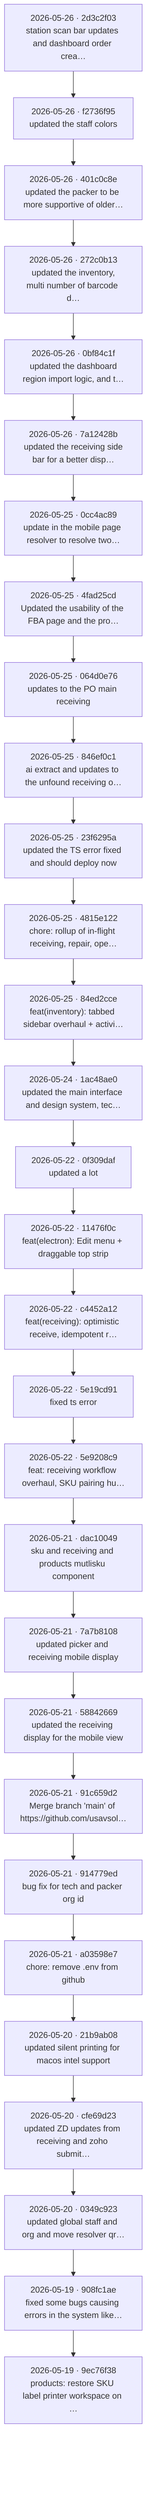
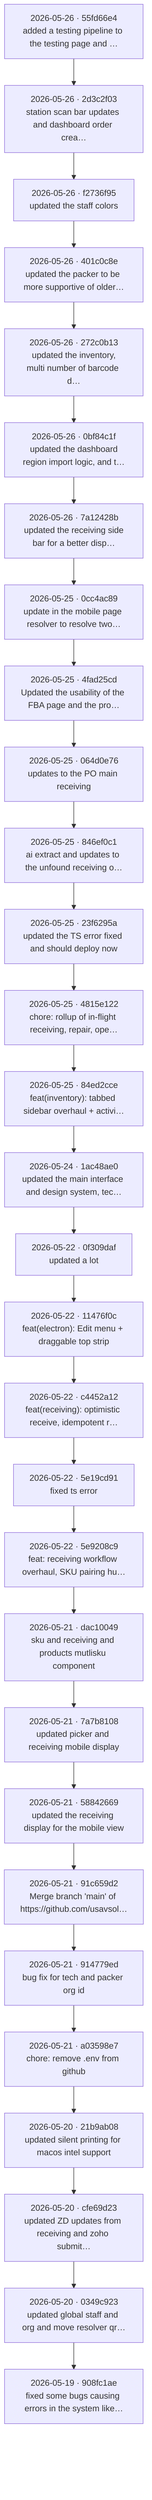
flowchart TB
-   c0["2026-05-26 · 2d3c2f03<br/>station scan bar updates and dashboard order crea…"]
-   c1["2026-05-26 · f2736f95<br/>updated the staff colors"]
+   c0["2026-05-26 · 55fd66e4<br/>added a testing pipeline to the testing page and …"]
+   c1["2026-05-26 · 2d3c2f03<br/>station scan bar updates and dashboard order crea…"]
  c0 --> c1
-   c2["2026-05-26 · 401c0c8e<br/>updated the packer to be more supportive of older…"]
+   c2["2026-05-26 · f2736f95<br/>updated the staff colors"]
  c1 --> c2
-   c3["2026-05-26 · 272c0b13<br/> updated the inventory, multi number of barcode d…"]
+   c3["2026-05-26 · 401c0c8e<br/>updated the packer to be more supportive of older…"]
  c2 --> c3
-   c4["2026-05-26 · 0bf84c1f<br/> updated the dashboard region import logic, and t…"]
+   c4["2026-05-26 · 272c0b13<br/> updated the inventory, multi number of barcode d…"]
  c3 --> c4
-   c5["2026-05-26 · 7a12428b<br/> updated the receiving side bar for a better disp…"]
+   c5["2026-05-26 · 0bf84c1f<br/> updated the dashboard region import logic, and t…"]
  c4 --> c5
-   c6["2026-05-25 · 0cc4ac89<br/>update in the mobile page resolver to resolve two…"]
+   c6["2026-05-26 · 7a12428b<br/> updated the receiving side bar for a better disp…"]
  c5 --> c6
-   c7["2026-05-25 · 4fad25cd<br/>Updated the usability of the FBA page and the pro…"]
+   c7["2026-05-25 · 0cc4ac89<br/>update in the mobile page resolver to resolve two…"]
  c6 --> c7
-   c8["2026-05-25 · 064d0e76<br/>updates to the PO main receiving"]
+   c8["2026-05-25 · 4fad25cd<br/>Updated the usability of the FBA page and the pro…"]
  c7 --> c8
-   c9["2026-05-25 · 846ef0c1<br/>ai extract and updates to the unfound receiving o…"]
+   c9["2026-05-25 · 064d0e76<br/>updates to the PO main receiving"]
  c8 --> c9
-   c10["2026-05-25 · 23f6295a<br/>updated the TS error fixed and should deploy now"]
+   c10["2026-05-25 · 846ef0c1<br/>ai extract and updates to the unfound receiving o…"]
  c9 --> c10
-   c11["2026-05-25 · 4815e122<br/>chore: rollup of in-flight receiving, repair, ope…"]
+   c11["2026-05-25 · 23f6295a<br/>updated the TS error fixed and should deploy now"]
  c10 --> c11
-   c12["2026-05-25 · 84ed2cce<br/>feat(inventory): tabbed sidebar overhaul + activi…"]
+   c12["2026-05-25 · 4815e122<br/>chore: rollup of in-flight receiving, repair, ope…"]
  c11 --> c12
-   c13["2026-05-24 · 1ac48ae0<br/>updated the main interface and design system, tec…"]
+   c13["2026-05-25 · 84ed2cce<br/>feat(inventory): tabbed sidebar overhaul + activi…"]
  c12 --> c13
-   c14["2026-05-22 · 0f309daf<br/>updated a lot"]
+   c14["2026-05-24 · 1ac48ae0<br/>updated the main interface and design system, tec…"]
  c13 --> c14
-   c15["2026-05-22 · 11476f0c<br/>feat(electron): Edit menu + draggable top strip"]
+   c15["2026-05-22 · 0f309daf<br/>updated a lot"]
  c14 --> c15
-   c16["2026-05-22 · c4452a12<br/>feat(receiving): optimistic receive, idempotent r…"]
+   c16["2026-05-22 · 11476f0c<br/>feat(electron): Edit menu + draggable top strip"]
  c15 --> c16
-   c17["2026-05-22 · 5e19cd91<br/>fixed ts error"]
+   c17["2026-05-22 · c4452a12<br/>feat(receiving): optimistic receive, idempotent r…"]
  c16 --> c17
-   c18["2026-05-22 · 5e9208c9<br/>feat: receiving workflow overhaul, SKU pairing hu…"]
+   c18["2026-05-22 · 5e19cd91<br/>fixed ts error"]
  c17 --> c18
-   c19["2026-05-21 · dac10049<br/>sku and receiving and products mutlisku component"]
+   c19["2026-05-22 · 5e9208c9<br/>feat: receiving workflow overhaul, SKU pairing hu…"]
  c18 --> c19
-   c20["2026-05-21 · 7a7b8108<br/>updated picker and receiving mobile display"]
+   c20["2026-05-21 · dac10049<br/>sku and receiving and products mutlisku component"]
  c19 --> c20
-   c21["2026-05-21 · 58842669<br/>updated the receiving display for the mobile view"]
+   c21["2026-05-21 · 7a7b8108<br/>updated picker and receiving mobile display"]
  c20 --> c21
-   c22["2026-05-21 · 91c659d2<br/>Merge branch 'main' of https://github.com/usavsol…"]
+   c22["2026-05-21 · 58842669<br/>updated the receiving display for the mobile view"]
  c21 --> c22
-   c23["2026-05-21 · 914779ed<br/>bug fix for tech and packer org id"]
+   c23["2026-05-21 · 91c659d2<br/>Merge branch 'main' of https://github.com/usavsol…"]
  c22 --> c23
-   c24["2026-05-21 · a03598e7<br/>chore: remove .env from github"]
+   c24["2026-05-21 · 914779ed<br/>bug fix for tech and packer org id"]
  c23 --> c24
-   c25["2026-05-20 · 21b9ab08<br/>updated silent printing for macos intel support"]
+   c25["2026-05-21 · a03598e7<br/>chore: remove .env from github"]
  c24 --> c25
-   c26["2026-05-20 · cfe69d23<br/>updated ZD updates from receiving and zoho submit…"]
+   c26["2026-05-20 · 21b9ab08<br/>updated silent printing for macos intel support"]
  c25 --> c26
-   c27["2026-05-20 · 0349c923<br/>updated global staff and org and move resolver qr…"]
+   c27["2026-05-20 · cfe69d23<br/>updated ZD updates from receiving and zoho submit…"]
  c26 --> c27
-   c28["2026-05-19 · 908fc1ae<br/>fixed some bugs causing errors in the system like…"]
+   c28["2026-05-20 · 0349c923<br/>updated global staff and org and move resolver qr…"]
  c27 --> c28
-   c29["2026-05-19 · 9ec76f38<br/>products: restore SKU label printer workspace on …"]
+   c29["2026-05-19 · 908fc1ae<br/>fixed some bugs causing errors in the system like…"]
  c28 --> c29